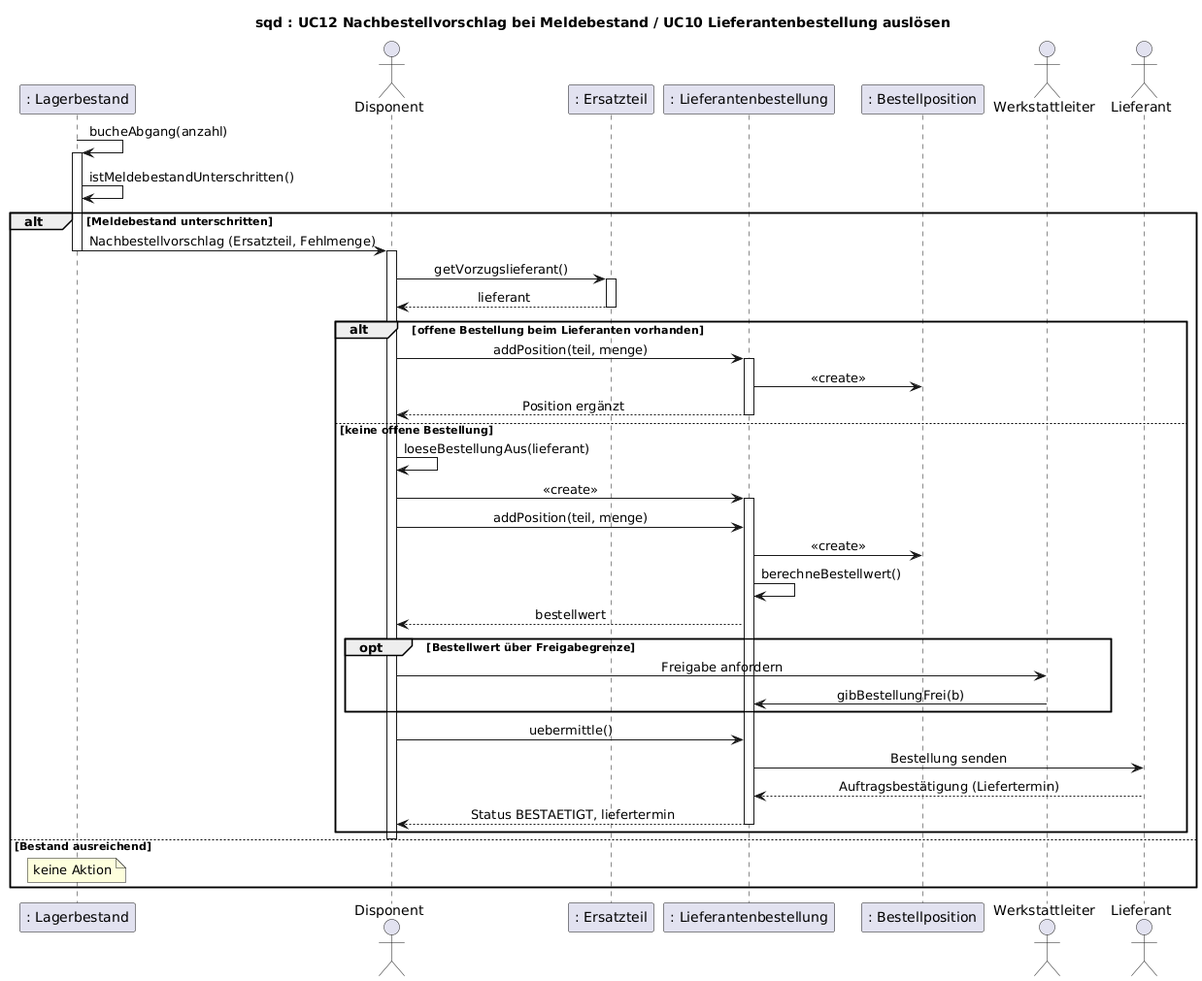
Before: uml/sequenz-06-nachbestellvorschlag.png, a diagram exported from PlantUML (jakobschwan123-cmd/casestudy-semester-3). The source it was exported from:
```plantuml
@startuml
title sqd : UC12 Nachbestellvorschlag bei Meldebestand / UC10 Lieferantenbestellung auslösen
skinparam defaultFontName Arial
skinparam sequenceMessageAlign center
participant ": Lagerbestand" as LB
actor Disponent
participant ": Ersatzteil" as ET
participant ": Lieferantenbestellung" as LBEST
participant ": Bestellposition" as BPOS
actor Werkstattleiter
actor Lieferant

LB -> LB : bucheAbgang(anzahl)
activate LB
LB -> LB : istMeldebestandUnterschritten()
alt Meldebestand unterschritten
    LB -> Disponent : Nachbestellvorschlag (Ersatzteil, Fehlmenge)
    deactivate LB
    activate Disponent
    Disponent -> ET : getVorzugslieferant()
    activate ET
    ET --> Disponent : lieferant
    deactivate ET
    alt offene Bestellung beim Lieferanten vorhanden
        Disponent -> LBEST : addPosition(teil, menge)
        activate LBEST
        LBEST -> BPOS : <<create>>
        LBEST --> Disponent : Position ergänzt
        deactivate LBEST
    else keine offene Bestellung
        Disponent -> Disponent : loeseBestellungAus(lieferant)
        Disponent -> LBEST : <<create>>
        activate LBEST
        Disponent -> LBEST : addPosition(teil, menge)
        LBEST -> BPOS : <<create>>
        LBEST -> LBEST : berechneBestellwert()
        LBEST --> Disponent : bestellwert
        opt Bestellwert über Freigabegrenze
            Disponent -> Werkstattleiter : Freigabe anfordern
            Werkstattleiter -> LBEST : gibBestellungFrei(b)
        end
        Disponent -> LBEST : uebermittle()
        LBEST -> Lieferant : Bestellung senden
        Lieferant --> LBEST : Auftragsbestätigung (Liefertermin)
        LBEST --> Disponent : Status BESTAETIGT, liefertermin
        deactivate LBEST
    end
    deactivate Disponent
else Bestand ausreichend
    note over LB : keine Aktion
end
@enduml
```
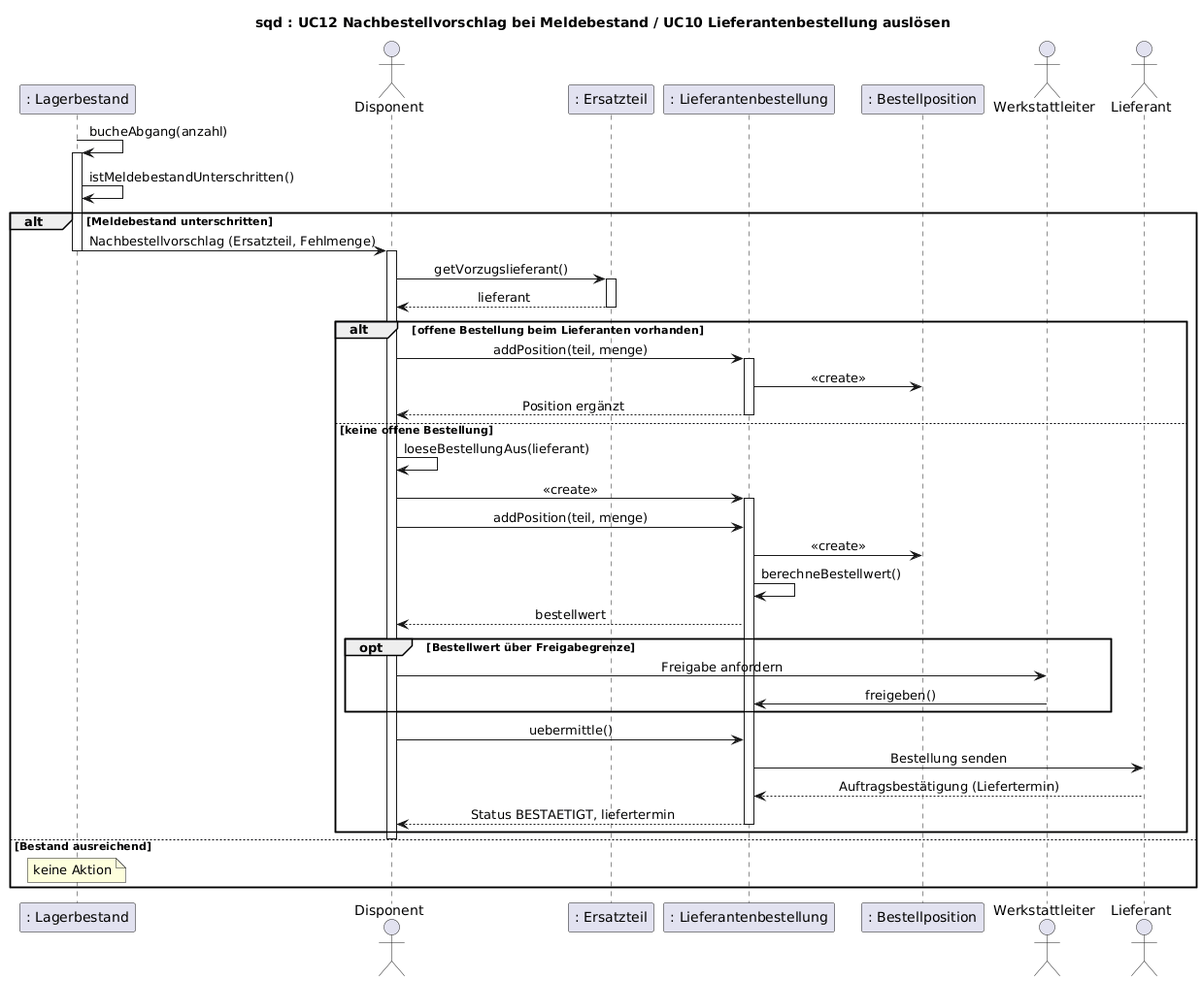
Later version of the same file.

Change to the diagram source:
```diff
@@ -37,7 +37,7 @@
         LBEST --> Disponent : bestellwert
         opt Bestellwert über Freigabegrenze
             Disponent -> Werkstattleiter : Freigabe anfordern
-            Werkstattleiter -> LBEST : gibBestellungFrei(b)
+            Werkstattleiter -> LBEST : freigeben()
         end
         Disponent -> LBEST : uebermittle()
         LBEST -> Lieferant : Bestellung senden
```
